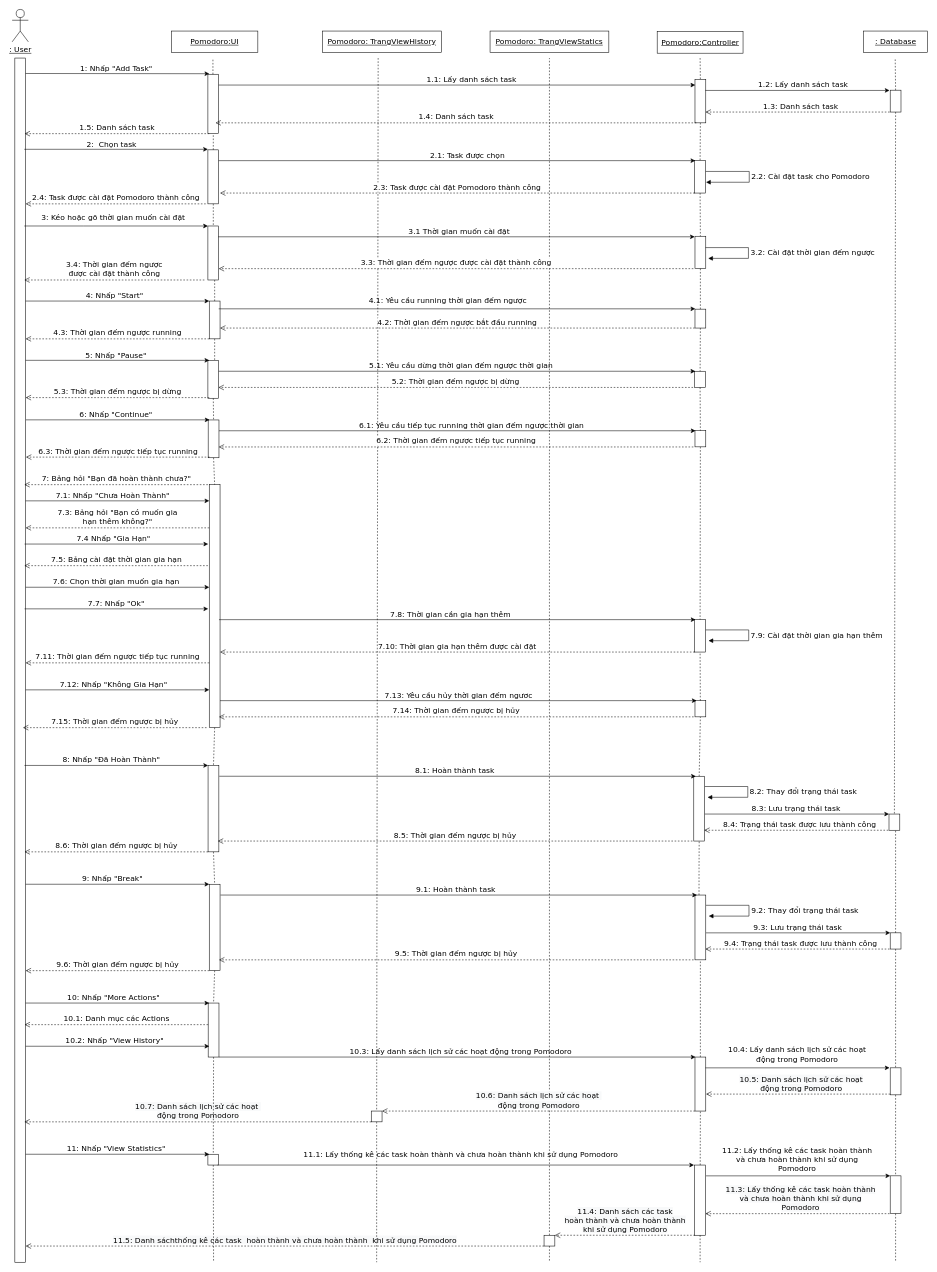
Earlier version of the draw.io diagram ToDoApp-Doc/Document/Diagram/Sequence Diagram/Pomodoro/Pomodoro_SquenceDiagram.drawio (Merevoli-DatLuu/To-Do-App). Source tidied: cells renumbered, new cells numbered last; positions are measured from the earlier drawing's top-left corner, leaving out a move shared by most shapes. Both pictures are drawn from the tidied source at 54%, with x=0, y=0 at pixel (12, 9).
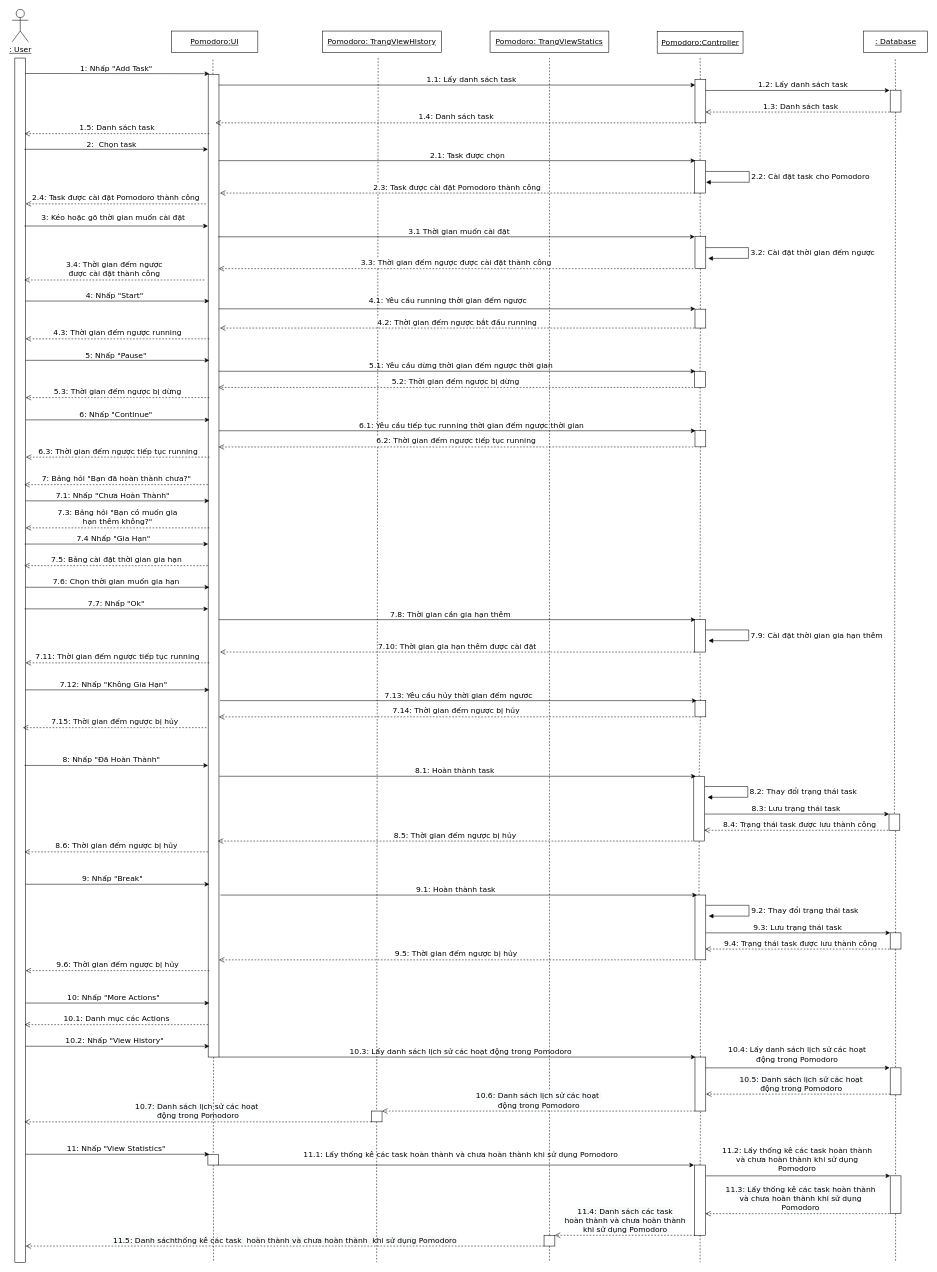
The same page after the edit.

Diff of the diagram source:
```diff
@@
-    <mxCell id="3" style="endArrow=none;dashed=1;html=1;fontFamily=Verdana;fontSize=14;entryX=0.5;entryY=1;entryDx=0;entryDy=0;" parent="1" edge="1" source="60" target="7">
-      <mxGeometry relative="1" as="geometry" />
-    </mxCell>
@@
-    <mxCell id="7" style="rounded=0;whiteSpace=wrap;html=1;fillColor=none;fontFamily=Verdana;fontSize=14;" parent="1" vertex="1">
-      <mxGeometry x="362.5" y="120" width="20" height="110" as="geometry" />
-    </mxCell>
@@
-    <mxCell id="14" style="rounded=0;whiteSpace=wrap;html=1;fillColor=none;fontFamily=Verdana;fontSize=14;" parent="1" vertex="1">
-      <mxGeometry x="362.5" y="650" width="20" height="70" as="geometry" />
-    </mxCell>
@@
-    <mxCell id="60" style="rounded=0;whiteSpace=wrap;html=1;fillColor=none;fontFamily=Verdana;fontSize=14;" parent="1" vertex="1">
-      <mxGeometry x="362.5" y="260" width="20" height="100" as="geometry" />
-    </mxCell>
-    <mxCell id="61" style="rounded=0;whiteSpace=wrap;html=1;fillColor=none;fontFamily=Verdana;fontSize=14;" parent="1" vertex="1">
-      <mxGeometry x="362.5" y="401" width="20" height="100" as="geometry" />
-    </mxCell>
@@
-    <mxCell id="66" style="rounded=0;whiteSpace=wrap;html=1;fillColor=none;fontFamily=Verdana;fontSize=14;" parent="1" vertex="1">
-      <mxGeometry x="365" y="540" width="20" height="70" as="geometry" />
-    </mxCell>
@@
-    <mxCell id="77" style="rounded=0;whiteSpace=wrap;html=1;fillColor=none;fontFamily=Verdana;fontSize=14;" parent="1" vertex="1">
-      <mxGeometry x="363" y="760.2" width="20" height="70" as="geometry" />
-    </mxCell>
@@
-    <mxCell id="85" style="rounded=0;whiteSpace=wrap;html=1;fillColor=none;fontFamily=Verdana;fontSize=14;" parent="1" vertex="1">
-      <mxGeometry x="365" y="880" width="20" height="450" as="geometry" />
-    </mxCell>
@@
-    <mxCell id="106" style="rounded=0;whiteSpace=wrap;html=1;fillColor=none;fontFamily=Verdana;fontSize=14;" parent="1" vertex="1">
-      <mxGeometry x="365" y="1620" width="20" height="160" as="geometry" />
-    </mxCell>
@@
     <mxCell id="135" style="rounded=0;whiteSpace=wrap;html=1;fillColor=none;fontFamily=Verdana;fontSize=14;" parent="1" vertex="1">
-      <mxGeometry x="363" y="1840" width="20" height="100" as="geometry" />
+      <mxGeometry x="363" y="120" width="20" height="1820" as="geometry" />
     </mxCell>
@@
-    <mxCell id="145" style="endArrow=none;dashed=1;html=1;exitX=0.5;exitY=1;exitDx=0;exitDy=0;fontFamily=Verdana;fontSize=14;entryX=0.5;entryY=0;entryDx=0;entryDy=0;" parent="1" edge="1" source="60" target="61">
-      <mxGeometry x="940" y="420" as="geometry" />
-    </mxCell>
-    <mxCell id="146" style="endArrow=none;dashed=1;html=1;fontFamily=Verdana;fontSize=14;entryX=0.5;entryY=0;entryDx=0;entryDy=0;" parent="1" edge="1" target="66">
-      <mxGeometry x="992.5" y="580" as="geometry">
-        <mxPoint x="375" y="501" as="sourcePoint" />
-      </mxGeometry>
-    </mxCell>
-    <mxCell id="147" style="endArrow=none;dashed=1;html=1;fontFamily=Verdana;fontSize=14;exitX=0.5;exitY=1;exitDx=0;exitDy=0;" parent="1" edge="1" source="66">
-      <mxGeometry x="992.5" y="699" as="geometry">
-        <mxPoint x="375" y="650" as="targetPoint" />
-      </mxGeometry>
-    </mxCell>
-    <mxCell id="148" style="endArrow=none;dashed=1;html=1;fontFamily=Verdana;fontSize=14;exitX=0.5;exitY=1;exitDx=0;exitDy=0;entryX=0.5;entryY=0;entryDx=0;entryDy=0;" parent="1" edge="1" source="14" target="77">
-      <mxGeometry x="1102.5" y="969" as="geometry" />
-    </mxCell>
-    <mxCell id="149" style="endArrow=none;dashed=1;html=1;fontFamily=Verdana;fontSize=14;exitX=0.5;exitY=1;exitDx=0;exitDy=0;entryX=0.5;entryY=0;entryDx=0;entryDy=0;" parent="1" edge="1" source="77" target="85">
-      <mxGeometry x="1002.5" y="709" as="geometry" />
-    </mxCell>
-    <mxCell id="150" style="endArrow=none;dashed=1;html=1;fontFamily=Verdana;fontSize=14;exitX=0.5;exitY=1;exitDx=0;exitDy=0;entryX=0.5;entryY=0;entryDx=0;entryDy=0;" parent="1" edge="1" source="85" target="169">
-      <mxGeometry x="1072.5" y="1439" as="geometry" />
-    </mxCell>
-    <mxCell id="151" style="endArrow=none;dashed=1;html=1;fontFamily=Verdana;fontSize=14;exitX=0.5;exitY=1;exitDx=0;exitDy=0;entryX=0.5;entryY=0;entryDx=0;entryDy=0;" parent="1" edge="1" source="106" target="135">
-      <mxGeometry x="1092.5" y="1929" as="geometry" />
-    </mxCell>
@@
-    <mxCell id="169" style="rounded=0;whiteSpace=wrap;html=1;fillColor=none;fontFamily=Verdana;fontSize=14;" parent="1" vertex="1">
-      <mxGeometry x="362.8" y="1400" width="20" height="160" as="geometry" />
-    </mxCell>
@@
-    <mxCell id="178" style="endArrow=none;dashed=1;html=1;fontFamily=Verdana;fontSize=14;exitX=0.5;exitY=1;exitDx=0;exitDy=0;entryX=0.5;entryY=0;entryDx=0;entryDy=0;" parent="1" edge="1" source="169" target="106">
-      <mxGeometry x="1162.5" y="1709" as="geometry" />
-    </mxCell>
```
